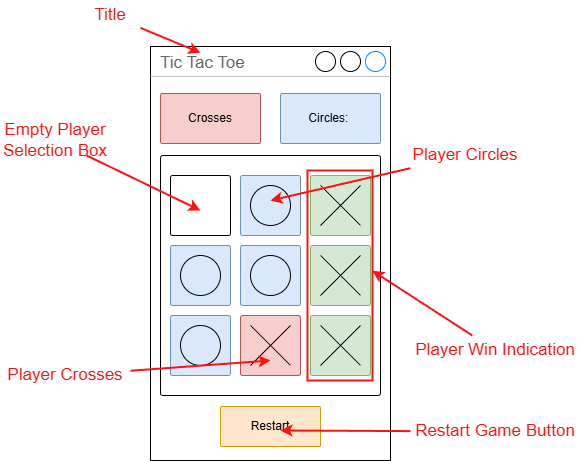
The draw.io diagram planning/Design_Prototypes_Images/Design_Prototype_3.png in MichaelHayesMC/Tic-Tac-Toe, before a commit. Source tidied: cells renumbered, new cells last; positions are measured from the earlier drawing's top-left corner, leaving out a move shared by most shapes.
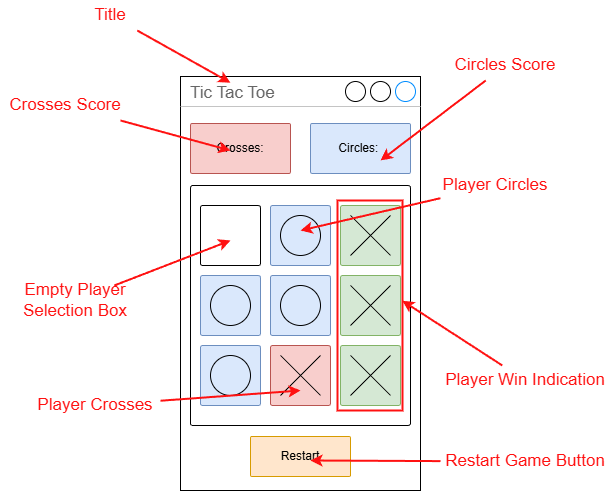
After the change.

The edit, as a diff of the source:
```diff
@@ -60,13 +60,13 @@
       <mxGeometry x="320" y="255" width="40" height="40" as="geometry" />
     </mxCell>
     <mxCell id="21" value="&lt;font style=&quot;color: rgb(255, 17, 17);&quot;&gt;Title&lt;/font&gt;" style="text;html=1;align=center;verticalAlign=middle;whiteSpace=wrap;rounded=0;fontSize=17;fontStyle=0;" parent="1" vertex="1">
-      <mxGeometry x="80" width="60" height="30" as="geometry" />
+      <mxGeometry x="50" y="-30" width="60" height="30" as="geometry" />
     </mxCell>
     <mxCell id="22" style="endArrow=classic;html=1;entryX=0.208;entryY=0.015;entryDx=0;entryDy=0;entryPerimeter=0;fontColor=#FF1111;fillColor=#f8cecc;strokeColor=#FF1111;strokeWidth=2;" parent="1" edge="1" source="21" target="2">
       <mxGeometry relative="1" as="geometry" />
     </mxCell>
     <mxCell id="23" value="&lt;font style=&quot;color: rgb(255, 17, 17);&quot;&gt;Empty Player Selection Box&lt;/font&gt;" style="text;html=1;align=center;verticalAlign=middle;whiteSpace=wrap;rounded=0;fontSize=17;fontStyle=0;" parent="1" vertex="1">
-      <mxGeometry y="125" width="110" height="30" as="geometry" />
+      <mxGeometry x="-10" y="255" width="110" height="30" as="geometry" />
     </mxCell>
     <mxCell id="24" style="endArrow=classic;html=1;fontColor=#FF1111;fillColor=#f8cecc;strokeColor=#FF1111;strokeWidth=2;entryX=0.5;entryY=0.583;entryDx=0;entryDy=0;entryPerimeter=0;" parent="1" edge="1" source="23" target="4">
       <mxGeometry relative="1" as="geometry" />
@@ -92,7 +92,7 @@
     <mxCell id="31" style="rounded=0;whiteSpace=wrap;html=1;fillColor=none;strokeColor=#FF1111;strokeWidth=2;" parent="1" vertex="1">
       <mxGeometry x="307" y="170" width="65" height="210" as="geometry" />
     </mxCell>
-    <mxCell id="32" value="Crosses" style="rounded=1;whiteSpace=wrap;html=1;arcSize=3;fillColor=#f8cecc;strokeColor=#b85450;" parent="1" vertex="1">
+    <mxCell id="32" value="Crosses:" style="rounded=1;whiteSpace=wrap;html=1;arcSize=3;fillColor=#f8cecc;strokeColor=#b85450;" parent="1" vertex="1">
       <mxGeometry x="160" y="93" width="100" height="50" as="geometry" />
     </mxCell>
     <mxCell id="33" value="Circles:&amp;nbsp;" style="rounded=1;whiteSpace=wrap;html=1;arcSize=3;fillColor=#dae8fc;strokeColor=#6c8ebf;" parent="1" vertex="1">
@@ -109,5 +109,17 @@
     <mxCell id="36" value="&lt;font style=&quot;color: rgb(255, 17, 17);&quot;&gt;Restart Game Button&lt;/font&gt;" style="text;html=1;align=center;verticalAlign=middle;whiteSpace=wrap;rounded=0;fontSize=17;fontStyle=0;" parent="1" vertex="1">
       <mxGeometry x="410" y="416" width="170" height="30" as="geometry" />
     </mxCell>
+    <mxCell id="37" value="&lt;font style=&quot;color: rgb(255, 17, 17);&quot;&gt;Crosses Score&lt;/font&gt;" style="text;html=1;align=center;verticalAlign=middle;whiteSpace=wrap;rounded=0;fontSize=17;fontStyle=0;" parent="1" vertex="1">
+      <mxGeometry x="-30" y="60" width="130" height="30" as="geometry" />
+    </mxCell>
+    <mxCell id="38" style="endArrow=classic;html=1;entryX=0.4;entryY=0.54;entryDx=0;entryDy=0;entryPerimeter=0;fontColor=#FF1111;fillColor=#f8cecc;strokeColor=#FF1111;strokeWidth=2;" parent="1" edge="1" source="37" target="32">
+      <mxGeometry relative="1" as="geometry" />
+    </mxCell>
+    <mxCell id="39" value="&lt;font style=&quot;color: rgb(255, 17, 17);&quot;&gt;Circles Score&lt;/font&gt;" style="text;html=1;align=center;verticalAlign=middle;whiteSpace=wrap;rounded=0;fontSize=17;fontStyle=0;" parent="1" vertex="1">
+      <mxGeometry x="410" y="20" width="130" height="30" as="geometry" />
+    </mxCell>
+    <mxCell id="40" style="endArrow=classic;html=1;entryX=0.7;entryY=0.74;entryDx=0;entryDy=0;entryPerimeter=0;fontColor=#FF1111;fillColor=#f8cecc;strokeColor=#FF1111;strokeWidth=2;" parent="1" edge="1" source="39" target="33">
+      <mxGeometry relative="1" as="geometry" />
+    </mxCell>
   </root>
 </mxGraphModel>
```
